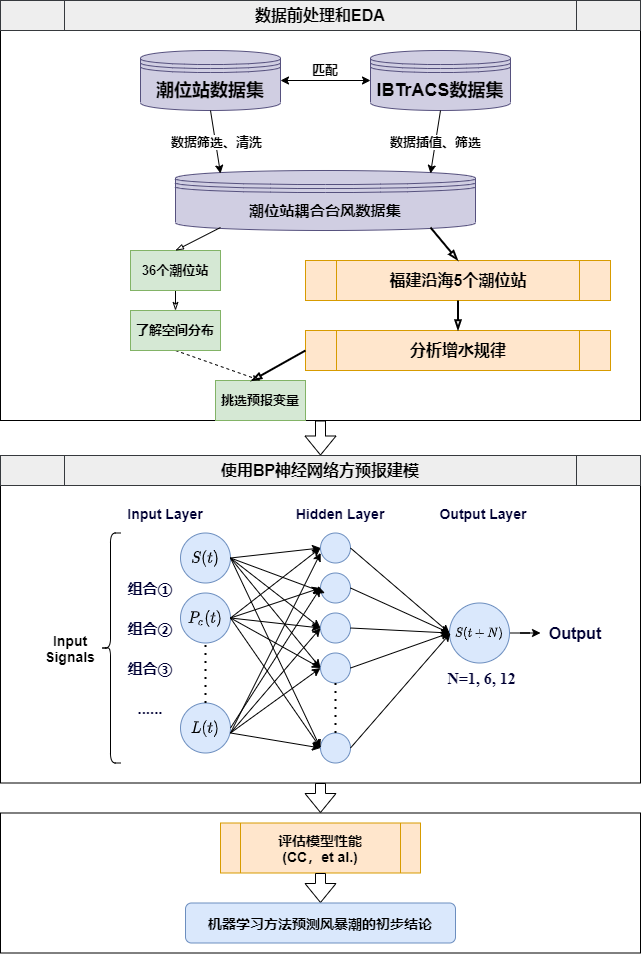
The draw.io diagram 毕业设计.png in Xylitolor/Xylitolee, before a commit. Source tidied: cells renumbered, new cells last; positions are measured from the earlier drawing's top-left corner, leaving out a move shared by most shapes.
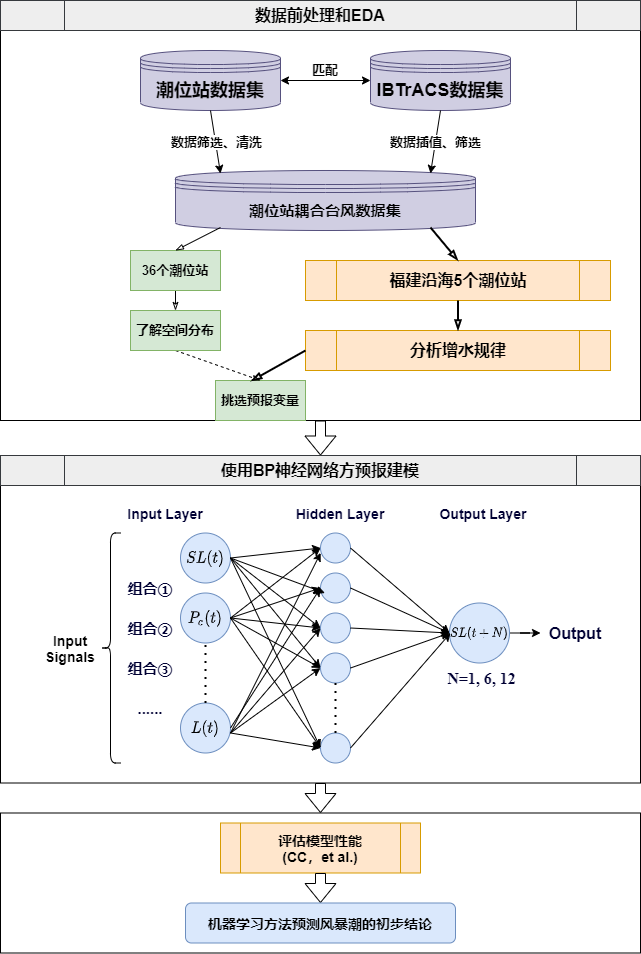
Above is the later version.

Commit message:
更新毕业设计.png

Change to the diagram source:
```diff
@@ -53,7 +53,7 @@
     <mxCell id="18" value="Input&lt;br style=&quot;font-size: 14px;&quot;&gt;Signals" style="text;html=1;strokeColor=none;fillColor=none;align=center;verticalAlign=middle;whiteSpace=wrap;rounded=0;fontFamily=Helvetica;fontSize=14;rotation=0;fontStyle=1;" parent="1" vertex="1">
       <mxGeometry x="50" y="637.5" width="40" height="20" as="geometry" />
     </mxCell>
-    <mxCell id="19" value="$$S(t)$$" style="ellipse;whiteSpace=wrap;html=1;fontFamily=Helvetica;fontSize=13;fillColor=#dae8fc;strokeColor=#6c8ebf;" parent="1" vertex="1">
+    <mxCell id="19" value="$$SL(t)$$" style="ellipse;whiteSpace=wrap;html=1;fontFamily=Helvetica;fontSize=13;fillColor=#dae8fc;strokeColor=#6c8ebf;" parent="1" vertex="1">
       <mxGeometry x="180" y="532.5" width="50" height="50" as="geometry" />
     </mxCell>
     <mxCell id="20" value="$$P_c(t)$$" style="ellipse;whiteSpace=wrap;html=1;fontFamily=Helvetica;fontSize=13;fillColor=#dae8fc;strokeColor=#6c8ebf;" parent="1" vertex="1">
@@ -150,7 +150,7 @@
     <mxCell id="45" style="edgeStyle=orthogonalEdgeStyle;rounded=0;jettySize=auto;html=1;exitX=1;exitY=0.5;exitDx=0;exitDy=0;fontFamily=Helvetica;fontSize=13;fontColor=#000033;" parent="1" edge="1" source="46" target="54">
       <mxGeometry relative="1" as="geometry" />
     </mxCell>
-    <mxCell id="46" value="$$S(t+N)$$" style="ellipse;whiteSpace=wrap;html=1;fontFamily=Times New Roman;fontSize=10;fillColor=#dae8fc;strokeColor=#6c8ebf;" parent="1" vertex="1">
+    <mxCell id="46" value="$$SL(t+N)$$" style="ellipse;whiteSpace=wrap;html=1;fontFamily=Times New Roman;fontSize=10;fillColor=#dae8fc;strokeColor=#6c8ebf;" parent="1" vertex="1">
       <mxGeometry x="449" y="602.5" width="60" height="60" as="geometry" />
     </mxCell>
     <mxCell id="47" style="endArrow=none;dashed=1;html=1;dashPattern=1 3;strokeWidth=2;fontFamily=Times New Roman;fontSize=10;fontColor=#000033;entryX=0.5;entryY=1;entryDx=0;entryDy=0;exitX=0.5;exitY=0;exitDx=0;exitDy=0;" parent="1" edge="1" target="26">
```
